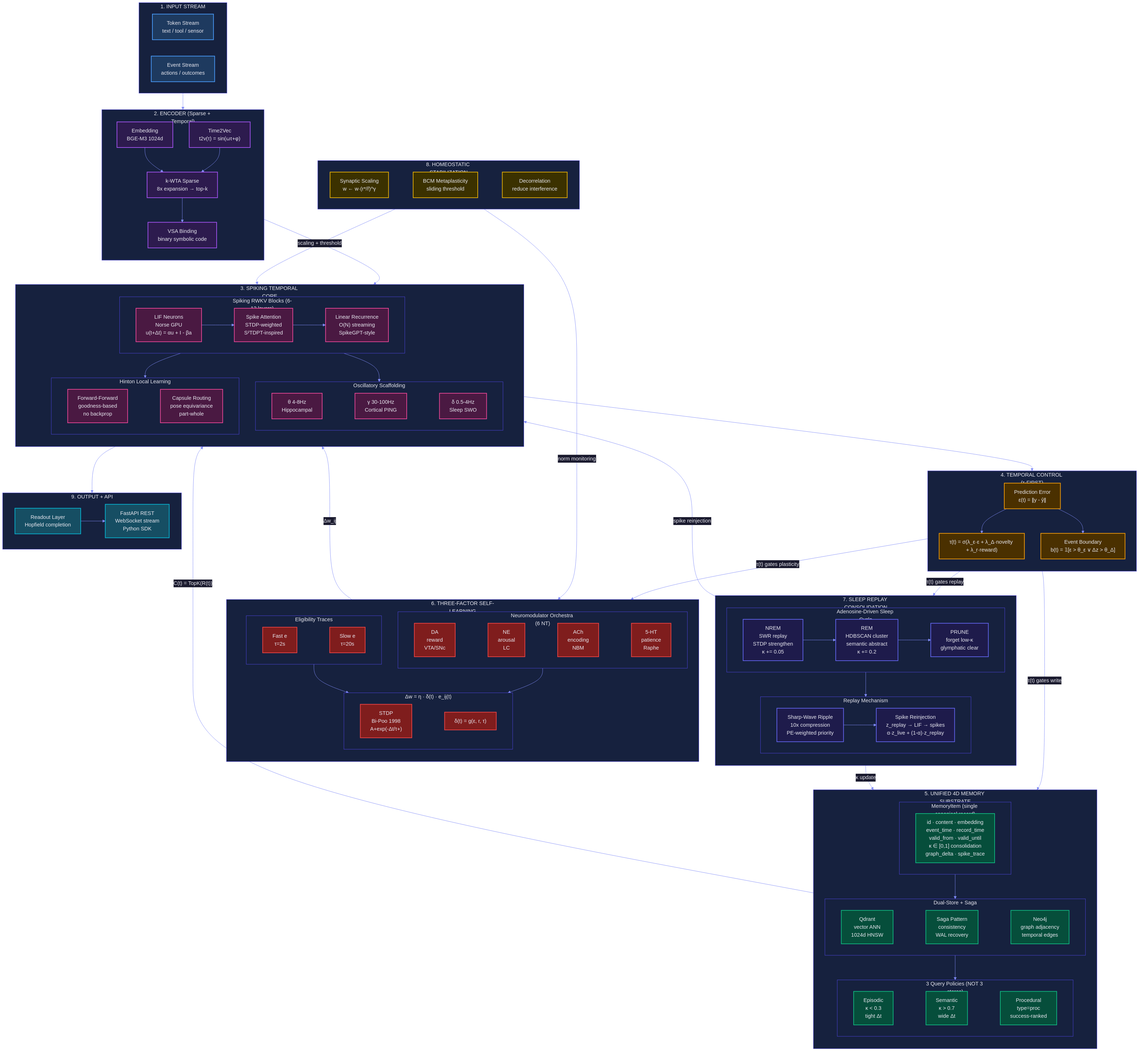
astoreyai/t4d keeps this Mermaid diagram as docs/diagrams/t4dm_snn_transformer_architecture.png. Above is the earlier version. Its source is kept beside it as docs/diagrams/t4dm_snn_transformer_architecture.mermaid. Source of this version:
```mermaid
%%{init: {'theme': 'base', 'themeVariables': { 'primaryColor': '#1a1a2e', 'primaryTextColor': '#e8e8f0', 'primaryBorderColor': '#6366f1', 'lineColor': '#818cf8', 'secondaryColor': '#16213e', 'tertiaryColor': '#0f3460', 'background': '#0a0a1a', 'mainBkg': '#1a1a2e', 'nodeBorder': '#6366f1', 'clusterBkg': '#16213e', 'clusterBorder': '#4f46e5', 'titleColor': '#e8e8f0', 'edgeLabelBackground': '#1a1a2e'}}}%%

flowchart TB

    subgraph INPUT["1. INPUT STREAM"]
        direction LR
        TOKENS["Token Stream<br/>text / tool / sensor"]
        EVENTS["Event Stream<br/>actions / outcomes"]
    end

    subgraph ENCODER["2. ENCODER (Sparse + Temporal)"]
        direction TB
        EMB["Embedding<br/>BGE-M3 1024d"]
        T2V["Time2Vec<br/>t2v(τ) = sin(ωτ+φ)"]
        KWTA["k-WTA Sparse<br/>8x expansion → top-k"]
        VSA["VSA Binding<br/>binary symbolic code"]
        EMB --> KWTA
        T2V --> KWTA
        KWTA --> VSA
    end

    subgraph CORE["3. SPIKING TEMPORAL CORE"]
        direction TB
        subgraph SNNRWKV["Spiking RWKV Blocks (6-12 layers)"]
            direction LR
            LIF["LIF Neurons<br/>Norse GPU<br/>u(t+Δt) = αu + I - βa"]
            ATTN["Spike Attention<br/>STDP-weighted<br/>S²TDPT-inspired"]
            RWKV["Linear Recurrence<br/>O(N) streaming<br/>SpikeGPT-style"]
            LIF --> ATTN --> RWKV
        end
        subgraph OSCILLATORS["Oscillatory Scaffolding"]
            direction LR
            THETA["θ 4-8Hz<br/>Hippocampal"]
            GAMMA["γ 30-100Hz<br/>Cortical PING"]
            DELTA["δ 0.5-4Hz<br/>Sleep SWO"]
            THETA ~~~ GAMMA ~~~ DELTA
        end
        subgraph HINTON["Hinton Local Learning"]
            direction LR
            FF["Forward-Forward<br/>goodness-based<br/>no backprop"]
            CAPS["Capsule Routing<br/>pose equivariance<br/>part-whole"]
            FF ~~~ CAPS
        end
        SNNRWKV --> OSCILLATORS
        SNNRWKV --> HINTON
    end

    subgraph TEMPORAL["4. TEMPORAL CONTROL (τ-FIRST)"]
        direction TB
        PE["Prediction Error<br/>ε(t) = ‖y - ŷ‖"]
        TAU["τ(t) = σ(λ_ε·ε + λ_Δ·novelty + λ_r·reward)"]
        BOUNDARY["Event Boundary<br/>b(t) = 𝟙[ε > θ_ε ∨ Δz > θ_Δ]"]
        PE --> TAU
        PE --> BOUNDARY
    end

    subgraph MEMORY["5. UNIFIED 4D MEMORY SUBSTRATE"]
        direction TB
        subgraph SCHEMA["MemoryItem (single canonical record)"]
            direction LR
            FIELDS["id · content · embedding<br/>event_time · record_time<br/>valid_from · valid_until<br/>κ ∈ [0,1] consolidation<br/>graph_delta · spike_trace"]
        end
        subgraph BACKENDS["Dual-Store + Saga"]
            direction LR
            QDRANT["Qdrant<br/>vector ANN<br/>1024d HNSW"]
            NEO4J["Neo4j<br/>graph adjacency<br/>temporal edges"]
            SAGA["Saga Pattern<br/>consistency<br/>WAL recovery"]
            QDRANT ~~~ SAGA ~~~ NEO4J
        end
        subgraph QUERYPOLICIES["3 Query Policies (NOT 3 stores)"]
            direction LR
            QE["Episodic<br/>κ < 0.3<br/>tight Δt"]
            QS["Semantic<br/>κ > 0.7<br/>wide Δt"]
            QP["Procedural<br/>type=proc<br/>success-ranked"]
            QE ~~~ QS ~~~ QP
        end
        SCHEMA --> BACKENDS
        BACKENDS --> QUERYPOLICIES
    end

    subgraph LEARNING["6. THREE-FACTOR SELF-LEARNING"]
        direction TB
        subgraph ELIGIBILITY["Eligibility Traces"]
            direction LR
            FAST["Fast e<br/>τ=2s"]
            SLOW["Slow e<br/>τ=20s"]
            FAST ~~~ SLOW
        end
        subgraph NEUROMOD["Neuromodulator Orchestra (6 NT)"]
            direction LR
            DA["DA<br/>reward<br/>VTA/SNc"]
            NE["NE<br/>arousal<br/>LC"]
            ACH["ACh<br/>encoding<br/>NBM"]
            SHT["5-HT<br/>patience<br/>Raphe"]
            DA ~~~ NE ~~~ ACH ~~~ SHT
        end
        subgraph THREEFACTOR["Δw = η · δ(t) · e_ij(t)"]
            direction LR
            STDP["STDP<br/>Bi-Poo 1998<br/>A+exp(-Δt/τ+)"]
            MODGATE["δ(t) = g(ε, r, τ)"]
            STDP ~~~ MODGATE
        end
        ELIGIBILITY --> THREEFACTOR
        NEUROMOD --> THREEFACTOR
    end

    subgraph CONSOLIDATION["7. SLEEP REPLAY CONSOLIDATION"]
        direction TB
        subgraph SLEEPPHASES["Adenosine-Driven Sleep Cycle"]
            direction LR
            NREM["NREM<br/>SWR replay<br/>STDP strengthen<br/>κ += 0.05"]
            REM["REM<br/>HDBSCAN cluster<br/>semantic abstract<br/>κ += 0.2"]
            PRUNE["PRUNE<br/>forget low-κ<br/>glymphatic clear"]
            NREM --> REM --> PRUNE
        end
        subgraph REPLAY["Replay Mechanism"]
            direction LR
            SWR["Sharp-Wave Ripple<br/>10x compression<br/>PE-weighted priority"]
            REINJ["Spike Reinjection<br/>z_replay → LIF → spikes<br/>α·z_live + (1-α)·z_replay"]
            SWR --> REINJ
        end
        SLEEPPHASES --> REPLAY
    end

    subgraph HOMEOSTASIS["8. HOMEOSTATIC STABILIZATION"]
        direction LR
        SCALE["Synaptic Scaling<br/>w ← w·(r*/r̂)^γ"]
        BCM["BCM Metaplasticity<br/>sliding threshold"]
        DECORR["Decorrelation<br/>reduce interference"]
        SCALE ~~~ BCM ~~~ DECORR
    end

    subgraph OUTPUT["9. OUTPUT + API"]
        direction LR
        READOUT["Readout Layer<br/>Hopfield completion"]
        API["FastAPI REST<br/>WebSocket stream<br/>Python SDK"]
        READOUT --> API
    end


    INPUT --> ENCODER
    ENCODER --> CORE
    CORE --> OUTPUT
    CORE --> TEMPORAL
    TEMPORAL -->|"τ(t) gates write"| MEMORY
    TEMPORAL -->|"τ(t) gates plasticity"| LEARNING
    TEMPORAL -->|"τ(t) gates replay"| CONSOLIDATION
    MEMORY -->|"C(t) = TopK(R(t))"| CORE
    LEARNING -->|"Δw_ij"| CORE
    CONSOLIDATION -->|"spike reinjection"| CORE
    CONSOLIDATION -->|"κ update"| MEMORY
    HOMEOSTASIS -->|"scaling + threshold"| CORE
    HOMEOSTASIS -->|"norm monitoring"| LEARNING


    classDef inputStyle fill:#1e3a5f,stroke:#4a9eff,color:#e8e8f0,stroke-width:2px
    classDef encoderStyle fill:#2d1b4e,stroke:#a855f7,color:#e8e8f0,stroke-width:2px
    classDef coreStyle fill:#4a1942,stroke:#ec4899,color:#e8e8f0,stroke-width:2px
    classDef temporalStyle fill:#4a3000,stroke:#f59e0b,color:#e8e8f0,stroke-width:2px
    classDef memoryStyle fill:#064e3b,stroke:#10b981,color:#e8e8f0,stroke-width:2px
    classDef learnStyle fill:#7f1d1d,stroke:#ef4444,color:#e8e8f0,stroke-width:2px
    classDef consolidateStyle fill:#1e1b4b,stroke:#6366f1,color:#e8e8f0,stroke-width:2px
    classDef homeoStyle fill:#3b3100,stroke:#eab308,color:#e8e8f0,stroke-width:2px
    classDef outputStyle fill:#164e63,stroke:#06b6d4,color:#e8e8f0,stroke-width:2px

    class TOKENS,EVENTS inputStyle
    class EMB,T2V,KWTA,VSA encoderStyle
    class LIF,ATTN,RWKV,THETA,GAMMA,DELTA,FF,CAPS coreStyle
    class PE,TAU,BOUNDARY temporalStyle
    class FIELDS,QDRANT,NEO4J,SAGA,QE,QS,QP memoryStyle
    class FAST,SLOW,DA,NE,ACH,SHT,STDP,MODGATE learnStyle
    class NREM,REM,PRUNE,SWR,REINJ consolidateStyle
    class SCALE,BCM,DECORR homeoStyle
    class READOUT,API outputStyle
```
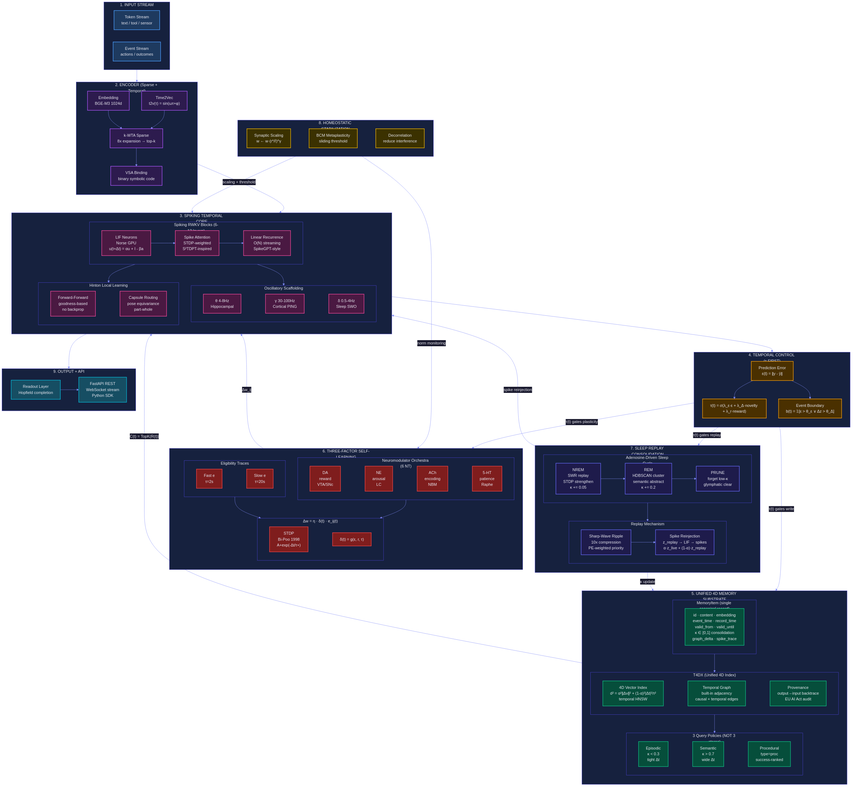
The same diagram one commit later.

Commit message:
Replace dual-store (Qdrant+Neo4j+Saga) with unified T4DX 4D index

Architecture diagram and novelty assessment now reflect the target:
single T4DX backend with vector+graph+provenance instead of two
databases with Saga consistency patterns.

Change to the diagram source:
```diff
@@ -60,12 +60,12 @@
             direction LR
             FIELDS["id · content · embedding<br/>event_time · record_time<br/>valid_from · valid_until<br/>κ ∈ [0,1] consolidation<br/>graph_delta · spike_trace"]
         end
-        subgraph BACKENDS["Dual-Store + Saga"]
+        subgraph T4DX["T4DX (Unified 4D Index)"]
             direction LR
-            QDRANT["Qdrant<br/>vector ANN<br/>1024d HNSW"]
-            NEO4J["Neo4j<br/>graph adjacency<br/>temporal edges"]
-            SAGA["Saga Pattern<br/>consistency<br/>WAL recovery"]
-            QDRANT ~~~ SAGA ~~~ NEO4J
+            VIDX["4D Vector Index<br/>d² = α²‖Δv‖² + (1-α)²|Δt|²/τ²<br/>temporal HNSW"]
+            TGRAPH["Temporal Graph<br/>built-in adjacency<br/>causal + temporal edges"]
+            PROV["Provenance<br/>output→input backtrace<br/>EU AI Act audit"]
+            VIDX ~~~ TGRAPH ~~~ PROV
         end
         subgraph QUERYPOLICIES["3 Query Policies (NOT 3 stores)"]
             direction LR
@@ -74,8 +74,8 @@
             QP["Procedural<br/>type=proc<br/>success-ranked"]
             QE ~~~ QS ~~~ QP
         end
-        SCHEMA --> BACKENDS
-        BACKENDS --> QUERYPOLICIES
+        SCHEMA --> T4DX
+        T4DX --> QUERYPOLICIES
     end
 
     subgraph LEARNING["6. THREE-FACTOR SELF-LEARNING"]
@@ -167,7 +167,7 @@
     class EMB,T2V,KWTA,VSA encoderStyle
     class LIF,ATTN,RWKV,THETA,GAMMA,DELTA,FF,CAPS coreStyle
     class PE,TAU,BOUNDARY temporalStyle
-    class FIELDS,QDRANT,NEO4J,SAGA,QE,QS,QP memoryStyle
+    class FIELDS,VIDX,TGRAPH,PROV,QE,QS,QP memoryStyle
     class FAST,SLOW,DA,NE,ACH,SHT,STDP,MODGATE learnStyle
     class NREM,REM,PRUNE,SWR,REINJ consolidateStyle
     class SCALE,BCM,DECORR homeoStyle
```
